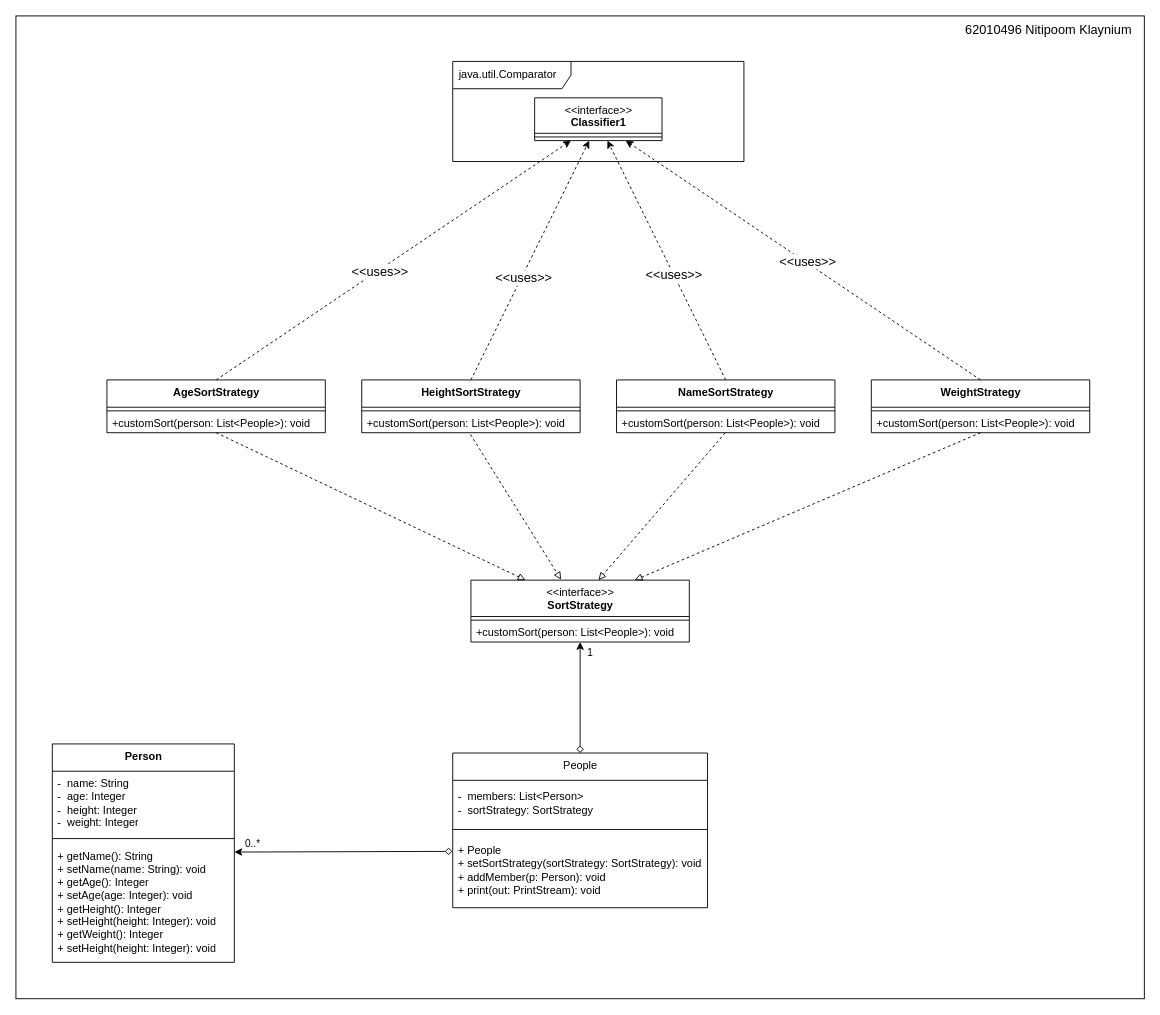
NitipoomKlaynium/SAD keeps this draw.io diagram as Strategy/src/strategy/Class Diagram.drawio.xml. Above is the earlier version. Source tidied: cells renumbered, new cells numbered last; positions are measured from the earlier drawing's top-left corner, leaving out a move shared by most shapes. Both pictures are drawn from the tidied source at 91%, with x=0, y=0 at pixel (15, 15).
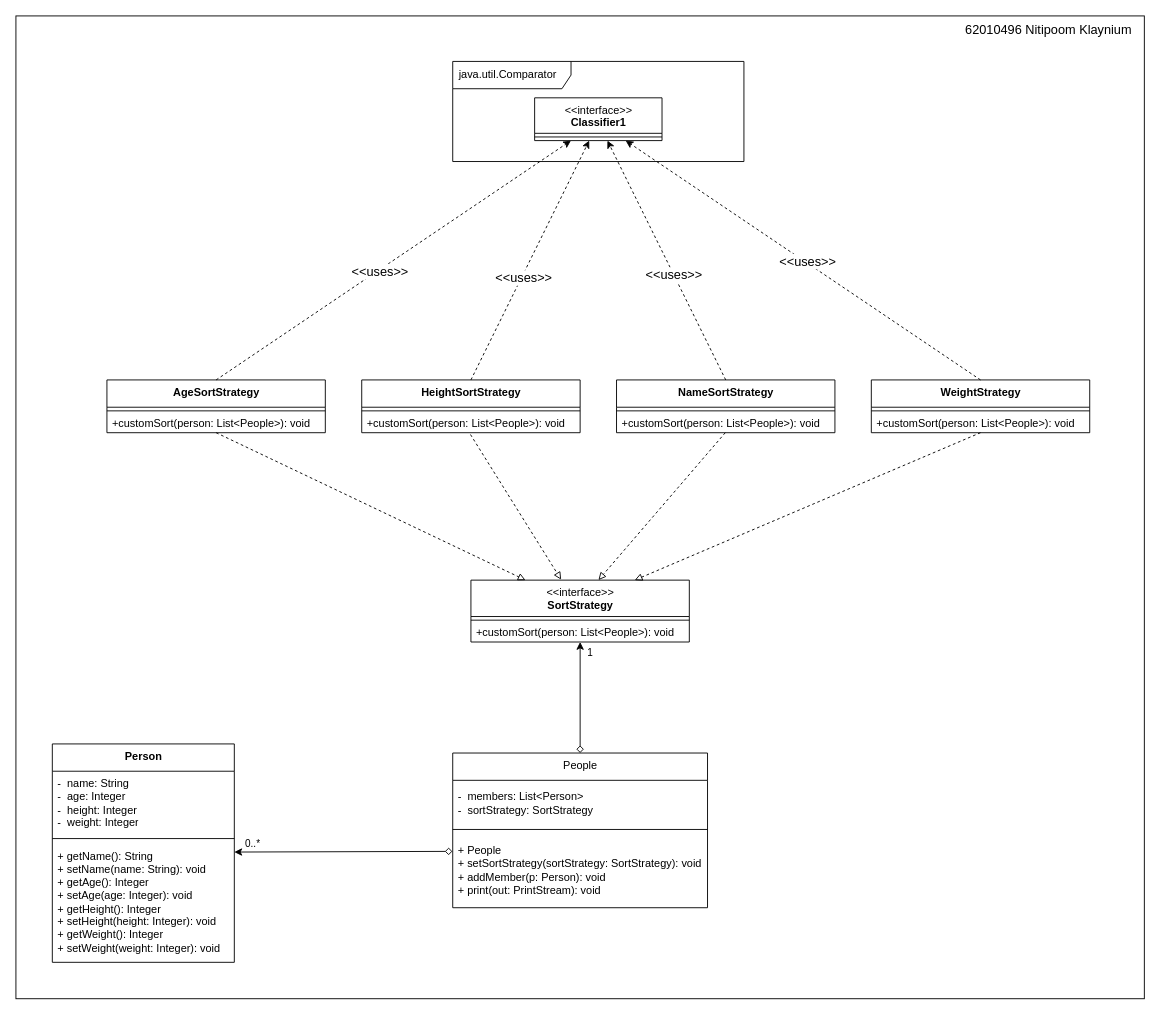
After the change.

Unchanged cells that the change refers to:
```xml
<mxCell id="26" value="&lt;b&gt;Person&lt;/b&gt;" style="swimlane;fontStyle=0;align=center;verticalAlign=top;horizontal=1;startSize=30;html=1;" parent="1" vertex="1">
  <mxGeometry x="40" y="800" width="200" height="240" as="geometry" />
</mxCell>
```

Change to the diagram source:
```diff
@@
-    <mxCell id="29" value="&lt;div&gt;+ getName(): String&lt;/div&gt;&lt;div&gt;+ setName(name: String): void&lt;/div&gt;&lt;div&gt;+ getAge(): Integer&lt;/div&gt;&lt;div&gt;+ setAge(age: Integer): void&lt;/div&gt;&lt;div&gt;+ getHeight(): Integer&lt;/div&gt;&lt;div&gt;+ setHeight(height: Integer): void&lt;/div&gt;&lt;div&gt;+ getWeight(): Integer&lt;/div&gt;&lt;div&gt;+ setHeight(height: Integer): void&lt;br&gt;&lt;/div&gt;" style="text;html=1;strokeColor=none;fillColor=none;align=left;verticalAlign=middle;spacingLeft=4;spacingRight=4;overflow=hidden;points=[[0,0.5],[1,0.5]];portConstraint=eastwest;" parent="26" vertex="1">
+    <mxCell id="29" value="&lt;div&gt;+ getName(): String&lt;/div&gt;&lt;div&gt;+ setName(name: String): void&lt;/div&gt;&lt;div&gt;+ getAge(): Integer&lt;/div&gt;&lt;div&gt;+ setAge(age: Integer): void&lt;/div&gt;&lt;div&gt;+ getHeight(): Integer&lt;/div&gt;&lt;div&gt;+ setHeight(height: Integer): void&lt;/div&gt;&lt;div&gt;+ getWeight(): Integer&lt;/div&gt;&lt;div&gt;+ setWeight(weight: Integer): void&lt;br&gt;&lt;/div&gt;" style="text;html=1;strokeColor=none;fillColor=none;align=left;verticalAlign=middle;spacingLeft=4;spacingRight=4;overflow=hidden;points=[[0,0.5],[1,0.5]];portConstraint=eastwest;" parent="26" vertex="1">
       <mxGeometry y="108" width="200" height="132" as="geometry" />
     </mxCell>
```
